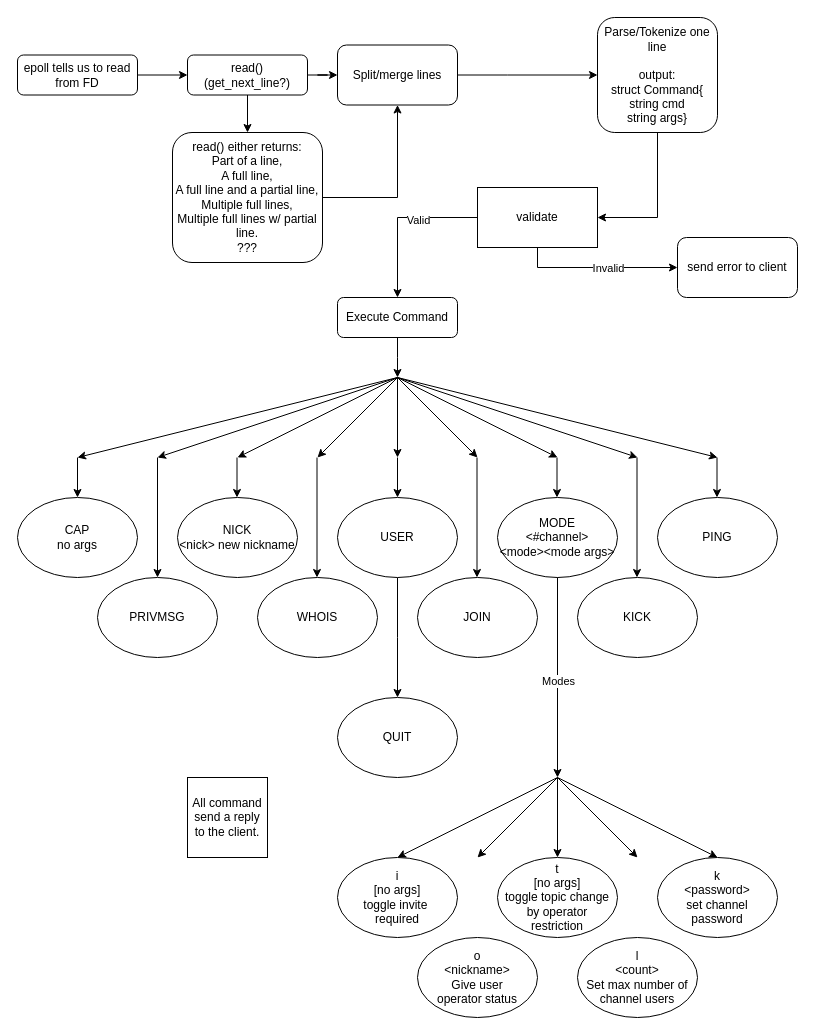
The draw.io diagram Backend-diagram.drawio in moerastrid/ft_irc, before the edit. Source tidied: cells renumbered, new cells numbered last; positions are measured from the earlier drawing's top-left corner, leaving out a move shared by most shapes. Both pictures are drawn from the tidied source at 100%, with x=0, y=0 at pixel (17, 17).
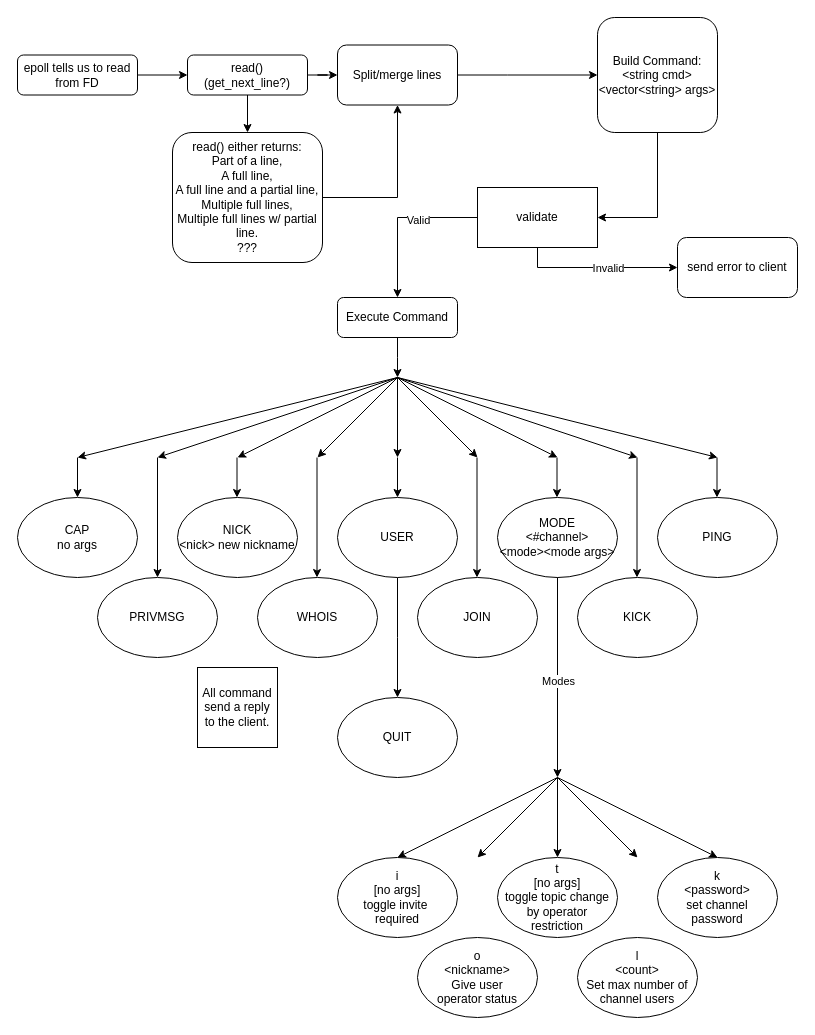
Above is the later version.

The edit, as a diff of the source:
```diff
@@
-    <mxCell id="5" value="Parse/Tokenize one line&lt;br&gt;&lt;div&gt;&lt;br&gt;&lt;/div&gt;&lt;div&gt;output:&lt;/div&gt;&lt;div&gt;struct Command{&lt;/div&gt;&lt;div&gt;string cmd&lt;/div&gt;&lt;div&gt;string args}&lt;br&gt;&lt;/div&gt;" style="rounded=1;whiteSpace=wrap;html=1;fontSize=12;glass=0;strokeWidth=1;shadow=0;" parent="1" vertex="1">
+    <mxCell id="5" value="&lt;div&gt;Build Command:&lt;/div&gt;&lt;div&gt;&amp;lt;string cmd&amp;gt;&lt;/div&gt;&lt;div&gt;&amp;lt;vector&amp;lt;string&amp;gt; args&amp;gt;&lt;br&gt;&lt;/div&gt;" style="rounded=1;whiteSpace=wrap;html=1;fontSize=12;glass=0;strokeWidth=1;shadow=0;" parent="1" vertex="1">
       <mxGeometry x="580" width="120" height="115" as="geometry" />
     </mxCell>
@@
     <mxCell id="62" value="All command send a reply to the client." style="whiteSpace=wrap;html=1;" parent="1" vertex="1">
-      <mxGeometry x="170" y="760" width="80" height="80" as="geometry" />
+      <mxGeometry x="180" y="650" width="80" height="80" as="geometry" />
     </mxCell>
```
